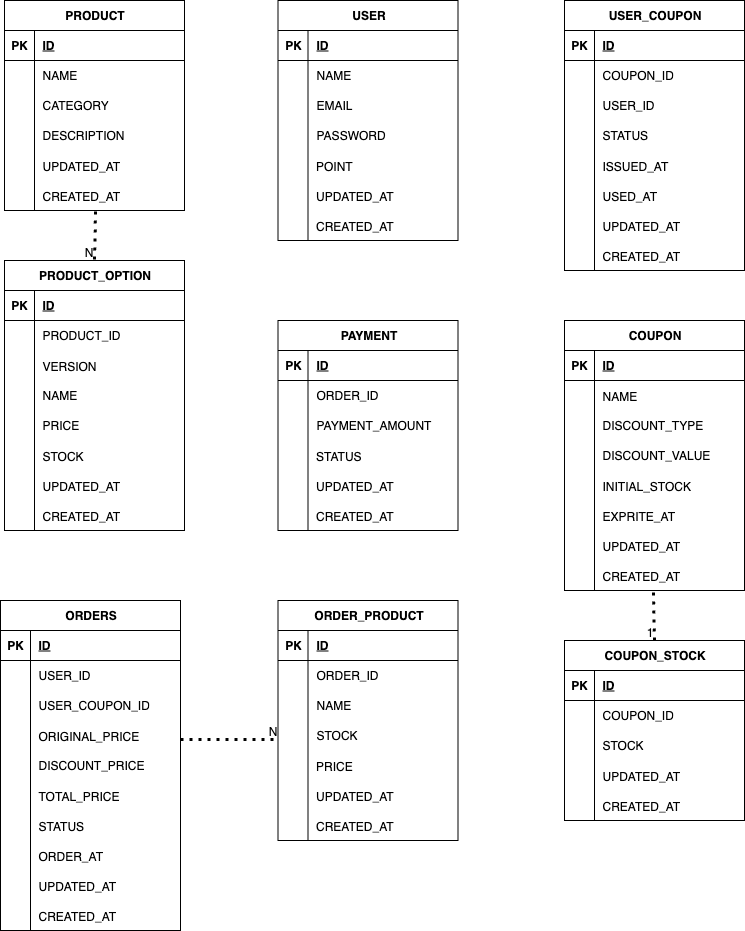
Before: docs/picture/erd.png, a diagram exported from draw.io (hstla/hhplus-e-commerce). Source tidied: cells renumbered, new cells last; positions are measured from the earlier drawing's top-left corner, leaving out a move shared by most shapes.
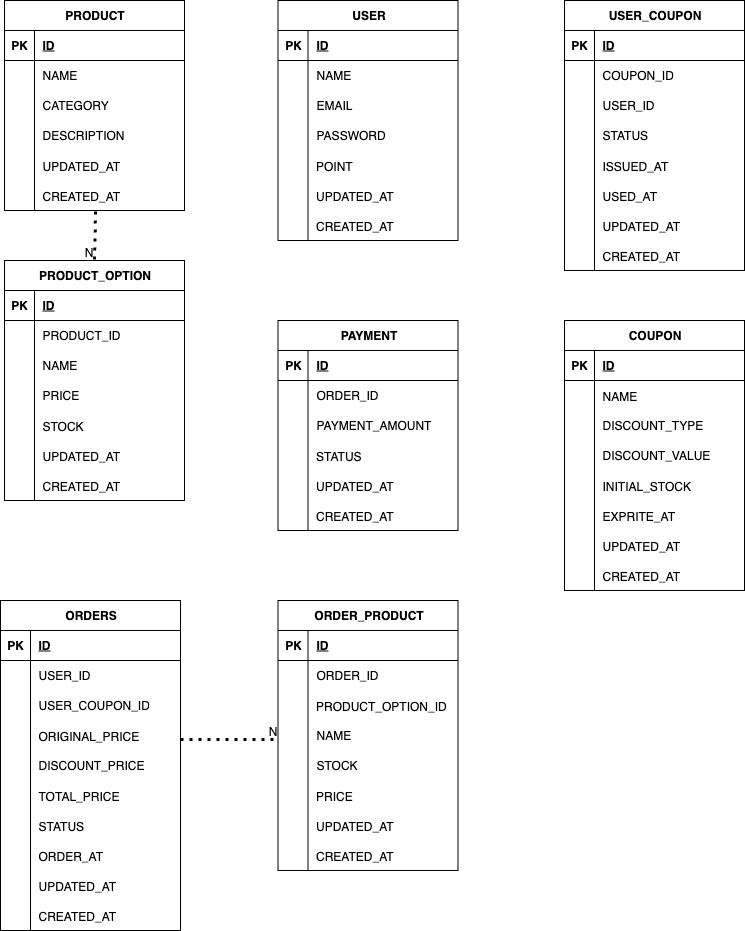
Above is the later version.

The edit, as a diff of the source:
```diff
@@ -126,7 +126,7 @@
       <mxGeometry x="30" width="150" height="30" as="geometry" />
     </mxCell>
     <mxCell id="43" value="PRODUCT_OPTION" style="shape=table;startSize=30;rowLines=0;fontStyle=1;align=center;html=1;" parent="1" vertex="1">
-      <mxGeometry x="4" y="260" width="180" height="270" as="geometry" />
+      <mxGeometry x="4" y="260" width="180" height="240" as="geometry" />
     </mxCell>
     <mxCell id="44" style="shape=tableRow;horizontal=0;startSize=0;swimlaneHead=0;swimlaneBody=0;fillColor=none;top=0;left=0;right=0;bottom=1;" parent="43" vertex="1">
       <mxGeometry y="30" width="180" height="30" as="geometry" />
@@ -146,17 +146,8 @@
     <mxCell id="49" value="PRODUCT_ID" style="shape=partialRectangle;fillColor=none;top=0;left=0;bottom=0;right=0;align=left;spacingLeft=6;overflow=hidden;whiteSpace=wrap;html=1;" parent="47" vertex="1">
       <mxGeometry x="30" width="150" height="30" as="geometry" />
     </mxCell>
-    <mxCell id="50" style="shape=tableRow;horizontal=0;startSize=0;swimlaneHead=0;swimlaneBody=0;fillColor=none;top=0;left=0;right=0;bottom=0;" parent="43" vertex="1">
-      <mxGeometry y="90" width="180" height="30" as="geometry" />
-    </mxCell>
-    <mxCell id="51" style="shape=partialRectangle;fillColor=none;top=0;left=0;bottom=0;right=0;overflow=hidden;" parent="50" vertex="1">
-      <mxGeometry width="30" height="30" as="geometry" />
-    </mxCell>
-    <mxCell id="52" value="VERSION" style="shape=partialRectangle;fillColor=none;top=0;left=0;bottom=0;right=0;align=left;spacingLeft=6;overflow=hidden;" parent="50" vertex="1">
-      <mxGeometry x="30" width="150" height="30" as="geometry" />
-    </mxCell>
     <mxCell id="53" style="shape=tableRow;horizontal=0;startSize=0;swimlaneHead=0;swimlaneBody=0;fillColor=none;top=0;left=0;right=0;bottom=0;" parent="43" vertex="1">
-      <mxGeometry y="120" width="180" height="30" as="geometry" />
+      <mxGeometry y="90" width="180" height="30" as="geometry" />
     </mxCell>
     <mxCell id="54" style="shape=partialRectangle;fillColor=none;top=0;left=0;bottom=0;right=0;overflow=hidden;whiteSpace=wrap;html=1;" parent="53" vertex="1">
       <mxGeometry width="30" height="30" as="geometry" />
@@ -165,7 +156,7 @@
       <mxGeometry x="30" width="150" height="30" as="geometry" />
     </mxCell>
     <mxCell id="56" style="shape=tableRow;horizontal=0;startSize=0;swimlaneHead=0;swimlaneBody=0;fillColor=none;top=0;left=0;right=0;bottom=0;" parent="43" vertex="1">
-      <mxGeometry y="150" width="180" height="30" as="geometry" />
+      <mxGeometry y="120" width="180" height="30" as="geometry" />
     </mxCell>
     <mxCell id="57" style="shape=partialRectangle;fillColor=none;top=0;left=0;bottom=0;right=0;overflow=hidden;whiteSpace=wrap;html=1;" parent="56" vertex="1">
       <mxGeometry width="30" height="30" as="geometry" />
@@ -174,7 +165,7 @@
       <mxGeometry x="30" width="150" height="30" as="geometry" />
     </mxCell>
     <mxCell id="59" style="shape=tableRow;horizontal=0;startSize=0;swimlaneHead=0;swimlaneBody=0;fillColor=none;top=0;left=0;right=0;bottom=0;" parent="43" vertex="1">
-      <mxGeometry y="180" width="180" height="30" as="geometry" />
+      <mxGeometry y="150" width="180" height="30" as="geometry" />
     </mxCell>
     <mxCell id="60" style="shape=partialRectangle;fillColor=none;top=0;left=0;bottom=0;right=0;overflow=hidden;" parent="59" vertex="1">
       <mxGeometry width="30" height="30" as="geometry" />
@@ -183,7 +174,7 @@
       <mxGeometry x="30" width="150" height="30" as="geometry" />
     </mxCell>
     <mxCell id="62" style="shape=tableRow;horizontal=0;startSize=0;swimlaneHead=0;swimlaneBody=0;fillColor=none;top=0;left=0;right=0;bottom=0;" parent="43" vertex="1">
-      <mxGeometry y="210" width="180" height="30" as="geometry" />
+      <mxGeometry y="180" width="180" height="30" as="geometry" />
     </mxCell>
     <mxCell id="63" style="shape=partialRectangle;fillColor=none;top=0;left=0;bottom=0;right=0;overflow=hidden;" parent="62" vertex="1">
       <mxGeometry width="30" height="30" as="geometry" />
@@ -192,7 +183,7 @@
       <mxGeometry x="30" width="150" height="30" as="geometry" />
     </mxCell>
     <mxCell id="65" style="shape=tableRow;horizontal=0;startSize=0;swimlaneHead=0;swimlaneBody=0;fillColor=none;top=0;left=0;right=0;bottom=0;" parent="43" vertex="1">
-      <mxGeometry y="240" width="180" height="30" as="geometry" />
+      <mxGeometry y="210" width="180" height="30" as="geometry" />
     </mxCell>
     <mxCell id="66" style="shape=partialRectangle;fillColor=none;top=0;left=0;bottom=0;right=0;overflow=hidden;" parent="65" vertex="1">
       <mxGeometry width="30" height="30" as="geometry" />
@@ -294,7 +285,7 @@
       <mxGeometry x="30" width="150" height="30" as="geometry" />
     </mxCell>
     <mxCell id="99" value="ORDER_PRODUCT" style="shape=table;startSize=30;rowLines=0;fontStyle=1;align=center;html=1;" parent="1" vertex="1">
-      <mxGeometry x="277.5" y="600" width="180" height="240" as="geometry" />
+      <mxGeometry x="277.5" y="600" width="180" height="270" as="geometry" />
     </mxCell>
     <mxCell id="100" style="shape=tableRow;horizontal=0;startSize=0;swimlaneHead=0;swimlaneBody=0;fillColor=none;top=0;left=0;right=0;bottom=1;" parent="99" vertex="1">
       <mxGeometry y="30" width="180" height="30" as="geometry" />
@@ -314,8 +305,17 @@
     <mxCell id="105" value="ORDER_ID" style="shape=partialRectangle;fillColor=none;top=0;left=0;bottom=0;right=0;align=left;spacingLeft=6;overflow=hidden;whiteSpace=wrap;html=1;" parent="103" vertex="1">
       <mxGeometry x="30" width="150" height="30" as="geometry" />
     </mxCell>
+    <mxCell id="212" style="shape=tableRow;horizontal=0;startSize=0;swimlaneHead=0;swimlaneBody=0;fillColor=none;top=0;left=0;right=0;bottom=0;" parent="99" vertex="1">
+      <mxGeometry y="90" width="180" height="30" as="geometry" />
+    </mxCell>
+    <mxCell id="213" style="shape=partialRectangle;fillColor=none;top=0;left=0;bottom=0;right=0;overflow=hidden;" parent="212" vertex="1">
+      <mxGeometry width="30" height="30" as="geometry" />
+    </mxCell>
+    <mxCell id="214" value="PRODUCT_OPTION_ID" style="shape=partialRectangle;fillColor=none;top=0;left=0;bottom=0;right=0;align=left;spacingLeft=6;overflow=hidden;" parent="212" vertex="1">
+      <mxGeometry x="30" width="150" height="30" as="geometry" />
+    </mxCell>
     <mxCell id="106" style="shape=tableRow;horizontal=0;startSize=0;swimlaneHead=0;swimlaneBody=0;fillColor=none;top=0;left=0;right=0;bottom=0;" parent="99" vertex="1">
-      <mxGeometry y="90" width="180" height="30" as="geometry" />
+      <mxGeometry y="120" width="180" height="30" as="geometry" />
     </mxCell>
     <mxCell id="107" style="shape=partialRectangle;fillColor=none;top=0;left=0;bottom=0;right=0;overflow=hidden;whiteSpace=wrap;html=1;" parent="106" vertex="1">
       <mxGeometry width="30" height="30" as="geometry" />
@@ -324,7 +324,7 @@
       <mxGeometry x="30" width="150" height="30" as="geometry" />
     </mxCell>
     <mxCell id="109" style="shape=tableRow;horizontal=0;startSize=0;swimlaneHead=0;swimlaneBody=0;fillColor=none;top=0;left=0;right=0;bottom=0;" parent="99" vertex="1">
-      <mxGeometry y="120" width="180" height="30" as="geometry" />
+      <mxGeometry y="150" width="180" height="30" as="geometry" />
     </mxCell>
     <mxCell id="110" style="shape=partialRectangle;fillColor=none;top=0;left=0;bottom=0;right=0;overflow=hidden;whiteSpace=wrap;html=1;" parent="109" vertex="1">
       <mxGeometry width="30" height="30" as="geometry" />
@@ -333,7 +333,7 @@
       <mxGeometry x="30" width="150" height="30" as="geometry" />
     </mxCell>
     <mxCell id="112" style="shape=tableRow;horizontal=0;startSize=0;swimlaneHead=0;swimlaneBody=0;fillColor=none;top=0;left=0;right=0;bottom=0;" parent="99" vertex="1">
-      <mxGeometry y="150" width="180" height="30" as="geometry" />
+      <mxGeometry y="180" width="180" height="30" as="geometry" />
     </mxCell>
     <mxCell id="113" style="shape=partialRectangle;fillColor=none;top=0;left=0;bottom=0;right=0;overflow=hidden;" parent="112" vertex="1">
       <mxGeometry width="30" height="30" as="geometry" />
@@ -342,7 +342,7 @@
       <mxGeometry x="30" width="150" height="30" as="geometry" />
     </mxCell>
     <mxCell id="115" style="shape=tableRow;horizontal=0;startSize=0;swimlaneHead=0;swimlaneBody=0;fillColor=none;top=0;left=0;right=0;bottom=0;" parent="99" vertex="1">
-      <mxGeometry y="180" width="180" height="30" as="geometry" />
+      <mxGeometry y="210" width="180" height="30" as="geometry" />
     </mxCell>
     <mxCell id="116" style="shape=partialRectangle;fillColor=none;top=0;left=0;bottom=0;right=0;overflow=hidden;" parent="115" vertex="1">
       <mxGeometry width="30" height="30" as="geometry" />
@@ -351,7 +351,7 @@
       <mxGeometry x="30" width="150" height="30" as="geometry" />
     </mxCell>
     <mxCell id="118" style="shape=tableRow;horizontal=0;startSize=0;swimlaneHead=0;swimlaneBody=0;fillColor=none;top=0;left=0;right=0;bottom=0;" parent="99" vertex="1">
-      <mxGeometry y="210" width="180" height="30" as="geometry" />
+      <mxGeometry y="240" width="180" height="30" as="geometry" />
     </mxCell>
     <mxCell id="119" style="shape=partialRectangle;fillColor=none;top=0;left=0;bottom=0;right=0;overflow=hidden;" parent="118" vertex="1">
       <mxGeometry width="30" height="30" as="geometry" />
@@ -566,54 +566,6 @@
     <mxCell id="189" value="CREATED_AT" style="shape=partialRectangle;fillColor=none;top=0;left=0;bottom=0;right=0;align=left;spacingLeft=6;overflow=hidden;" parent="187" vertex="1">
       <mxGeometry x="30" width="150" height="30" as="geometry" />
     </mxCell>
-    <mxCell id="190" value="COUPON_STOCK" style="shape=table;startSize=30;rowLines=0;fontStyle=1;align=center;html=1;" parent="1" vertex="1">
-      <mxGeometry x="564" y="640" width="180" height="180" as="geometry" />
-    </mxCell>
-    <mxCell id="191" style="shape=tableRow;horizontal=0;startSize=0;swimlaneHead=0;swimlaneBody=0;fillColor=none;top=0;left=0;right=0;bottom=1;" parent="190" vertex="1">
-      <mxGeometry y="30" width="180" height="30" as="geometry" />
-    </mxCell>
-    <mxCell id="192" value="PK" style="shape=partialRectangle;fillColor=none;top=0;left=0;bottom=0;right=0;fontStyle=1;overflow=hidden;whiteSpace=wrap;html=1;" parent="191" vertex="1">
-      <mxGeometry width="30" height="30" as="geometry" />
-    </mxCell>
-    <mxCell id="193" value="ID" style="shape=partialRectangle;fillColor=none;top=0;left=0;bottom=0;right=0;align=left;spacingLeft=6;fontStyle=5;overflow=hidden;whiteSpace=wrap;html=1;" parent="191" vertex="1">
-      <mxGeometry x="30" width="150" height="30" as="geometry" />
-    </mxCell>
-    <mxCell id="194" style="shape=tableRow;horizontal=0;startSize=0;swimlaneHead=0;swimlaneBody=0;fillColor=none;top=0;left=0;right=0;bottom=0;" parent="190" vertex="1">
-      <mxGeometry y="60" width="180" height="30" as="geometry" />
-    </mxCell>
-    <mxCell id="195" style="shape=partialRectangle;fillColor=none;top=0;left=0;bottom=0;right=0;overflow=hidden;whiteSpace=wrap;html=1;" parent="194" vertex="1">
-      <mxGeometry width="30" height="30" as="geometry" />
-    </mxCell>
-    <mxCell id="196" value="COUPON_ID" style="shape=partialRectangle;fillColor=none;top=0;left=0;bottom=0;right=0;align=left;spacingLeft=6;overflow=hidden;whiteSpace=wrap;html=1;" parent="194" vertex="1">
-      <mxGeometry x="30" width="150" height="30" as="geometry" />
-    </mxCell>
-    <mxCell id="197" style="shape=tableRow;horizontal=0;startSize=0;swimlaneHead=0;swimlaneBody=0;fillColor=none;top=0;left=0;right=0;bottom=0;" parent="190" vertex="1">
-      <mxGeometry y="90" width="180" height="30" as="geometry" />
-    </mxCell>
-    <mxCell id="198" style="shape=partialRectangle;fillColor=none;top=0;left=0;bottom=0;right=0;overflow=hidden;whiteSpace=wrap;html=1;" parent="197" vertex="1">
-      <mxGeometry width="30" height="30" as="geometry" />
-    </mxCell>
-    <mxCell id="199" value="STOCK" style="shape=partialRectangle;fillColor=none;top=0;left=0;bottom=0;right=0;align=left;spacingLeft=6;overflow=hidden;whiteSpace=wrap;html=1;" parent="197" vertex="1">
-      <mxGeometry x="30" width="150" height="30" as="geometry" />
-    </mxCell>
-    <mxCell id="200" style="shape=tableRow;horizontal=0;startSize=0;swimlaneHead=0;swimlaneBody=0;fillColor=none;top=0;left=0;right=0;bottom=0;" parent="190" vertex="1">
-      <mxGeometry y="120" width="180" height="30" as="geometry" />
-    </mxCell>
-    <mxCell id="201" style="shape=partialRectangle;fillColor=none;top=0;left=0;bottom=0;right=0;overflow=hidden;" parent="200" vertex="1">
-      <mxGeometry width="30" height="30" as="geometry" />
-    </mxCell>
-    <mxCell id="202" value="UPDATED_AT" style="shape=partialRectangle;fillColor=none;top=0;left=0;bottom=0;right=0;align=left;spacingLeft=6;overflow=hidden;" parent="200" vertex="1">
-      <mxGeometry x="30" width="150" height="30" as="geometry" />
-    </mxCell>
-    <mxCell id="203" style="shape=tableRow;horizontal=0;startSize=0;swimlaneHead=0;swimlaneBody=0;fillColor=none;top=0;left=0;right=0;bottom=0;" parent="190" vertex="1">
-      <mxGeometry y="150" width="180" height="30" as="geometry" />
-    </mxCell>
-    <mxCell id="204" style="shape=partialRectangle;fillColor=none;top=0;left=0;bottom=0;right=0;overflow=hidden;" parent="203" vertex="1">
-      <mxGeometry width="30" height="30" as="geometry" />
-    </mxCell>
-    <mxCell id="205" value="CREATED_AT" style="shape=partialRectangle;fillColor=none;top=0;left=0;bottom=0;right=0;align=left;spacingLeft=6;overflow=hidden;" parent="203" vertex="1">
-      <mxGeometry x="30" width="150" height="30" as="geometry" />
-    </mxCell>
     <mxCell id="206" style="endArrow=none;html=1;rounded=0;dashed=1;dashPattern=1 2;exitX=0.506;exitY=1.033;exitDx=0;exitDy=0;exitPerimeter=0;entryX=0.5;entryY=0;entryDx=0;entryDy=0;strokeWidth=3;" parent="1" edge="1" source="18" target="43">
       <mxGeometry relative="1" as="geometry" />
     </mxCell>
@@ -629,11 +581,5 @@
     <mxCell id="209" value="N" style="html=1;whiteSpace=wrap;align=right;verticalAlign=bottom;" parent="208" vertex="1">
       <mxGeometry x="1" relative="1" as="geometry" />
     </mxCell>
-    <mxCell id="210" style="endArrow=none;html=1;rounded=0;dashed=1;dashPattern=1 2;exitX=0.494;exitY=1.067;exitDx=0;exitDy=0;exitPerimeter=0;entryX=0.5;entryY=0;entryDx=0;entryDy=0;strokeWidth=3;" parent="1" edge="1" source="187" target="190">
-      <mxGeometry relative="1" as="geometry" />
-    </mxCell>
-    <mxCell id="211" value="1" style="html=1;whiteSpace=wrap;align=right;verticalAlign=bottom;" parent="210" vertex="1">
-      <mxGeometry x="1" relative="1" as="geometry" />
-    </mxCell>
   </root>
 </mxGraphModel>
```
